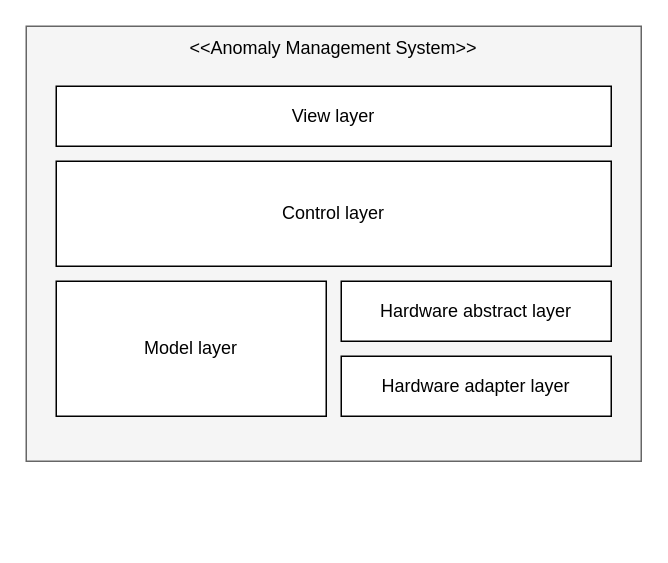
ShineSoYoung/TEST keeps this draw.io diagram as architecture_style.drawio. Above is the earlier version. Source tidied: cells renumbered, new cells numbered last; positions are measured from the earlier drawing's top-left corner, leaving out a move shared by most shapes. Both pictures are drawn from the tidied source at 150%, with x=0, y=0 at pixel (26, 26).
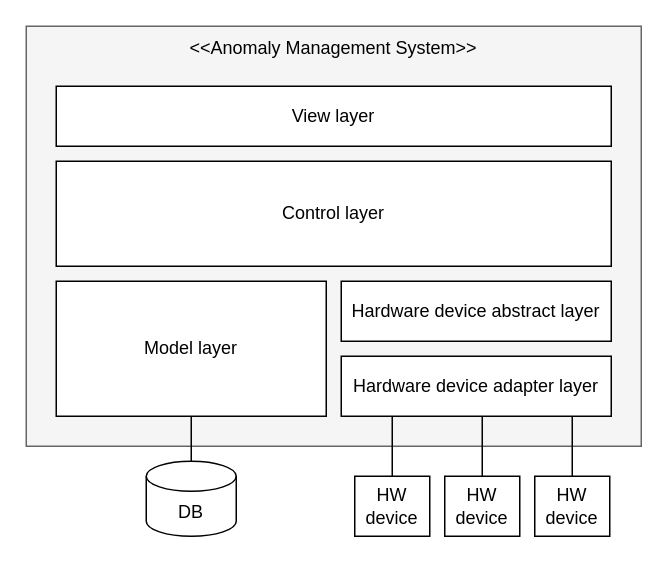
After the change.

Change to the diagram source:
```diff
@@
 <mxGraphModel>
   <root>
     <mxCell id="0" />
     <mxCell id="1" parent="0" />
     <mxCell id="2" style="rounded=0;whiteSpace=wrap;html=1;fillColor=#f5f5f5;fontColor=#333333;strokeColor=#666666;" parent="1" vertex="1">
-      <mxGeometry width="410" height="290" as="geometry" />
+      <mxGeometry width="410" height="280" as="geometry" />
     </mxCell>
     <mxCell id="3" value="View layer" style="rounded=0;whiteSpace=wrap;html=1;" parent="1" vertex="1">
       <mxGeometry x="20" y="40" width="370" height="40" as="geometry" />
     </mxCell>
     <mxCell id="4" value="Control layer" style="rounded=0;whiteSpace=wrap;html=1;" parent="1" vertex="1">
       <mxGeometry x="20" y="90" width="370" height="70" as="geometry" />
     </mxCell>
     <mxCell id="5" value="Model layer" style="rounded=0;whiteSpace=wrap;html=1;" parent="1" vertex="1">
       <mxGeometry x="20" y="170" width="180" height="90" as="geometry" />
     </mxCell>
-    <mxCell id="6" value="Hardware abstract layer" style="rounded=0;whiteSpace=wrap;html=1;" parent="1" vertex="1">
+    <mxCell id="6" value="Hardware device abstract layer" style="rounded=0;whiteSpace=wrap;html=1;" parent="1" vertex="1">
       <mxGeometry x="210" y="170" width="180" height="40" as="geometry" />
     </mxCell>
-    <mxCell id="7" value="Hardware adapter layer" style="rounded=0;whiteSpace=wrap;html=1;" parent="1" vertex="1">
+    <mxCell id="7" value="Hardware device adapter layer" style="rounded=0;whiteSpace=wrap;html=1;" parent="1" vertex="1">
       <mxGeometry x="210" y="220" width="180" height="40" as="geometry" />
     </mxCell>
     <mxCell id="8" value="&amp;lt;&amp;lt;Anomaly Management System&amp;gt;&amp;gt;" style="text;html=1;strokeColor=none;fillColor=none;align=center;verticalAlign=middle;whiteSpace=wrap;rounded=0;" parent="1" vertex="1">
       <mxGeometry x="80" width="250" height="30" as="geometry" />
     </mxCell>
+    <mxCell id="9" value="DB" style="shape=cylinder3;whiteSpace=wrap;html=1;boundedLbl=1;backgroundOutline=1;size=10.000030517578125;" parent="1" vertex="1">
+      <mxGeometry x="80" y="290" width="60" height="50" as="geometry" />
+    </mxCell>
+    <mxCell id="10" value="HW &lt;br&gt;device" style="rounded=0;whiteSpace=wrap;html=1;" parent="1" vertex="1">
+      <mxGeometry x="219" y="300" width="50" height="40" as="geometry" />
+    </mxCell>
+    <mxCell id="11" style="endArrow=none;html=1;rounded=0;" parent="1" edge="1" source="10">
+      <mxGeometry relative="1" as="geometry">
+        <mxPoint x="244" y="260" as="targetPoint" />
+      </mxGeometry>
+    </mxCell>
+    <mxCell id="12" value="HW &lt;br&gt;device" style="rounded=0;whiteSpace=wrap;html=1;" parent="1" vertex="1">
+      <mxGeometry x="279" y="300" width="50" height="40" as="geometry" />
+    </mxCell>
+    <mxCell id="13" style="endArrow=none;html=1;rounded=0;" parent="1" edge="1" source="12">
+      <mxGeometry relative="1" as="geometry">
+        <mxPoint x="304" y="260" as="targetPoint" />
+      </mxGeometry>
+    </mxCell>
+    <mxCell id="14" value="HW &lt;br&gt;device" style="rounded=0;whiteSpace=wrap;html=1;" parent="1" vertex="1">
+      <mxGeometry x="339" y="300" width="50" height="40" as="geometry" />
+    </mxCell>
+    <mxCell id="15" style="endArrow=none;html=1;rounded=0;" parent="1" edge="1" source="14">
+      <mxGeometry relative="1" as="geometry">
+        <mxPoint x="364" y="260" as="targetPoint" />
+      </mxGeometry>
+    </mxCell>
+    <mxCell id="16" style="endArrow=none;html=1;rounded=0;exitX=0.5;exitY=0;exitDx=0;exitDy=0;exitPerimeter=0;entryX=0.5;entryY=1;entryDx=0;entryDy=0;" parent="1" edge="1" source="9" target="5">
+      <mxGeometry relative="1" as="geometry" />
+    </mxCell>
   </root>
 </mxGraphModel>
```
